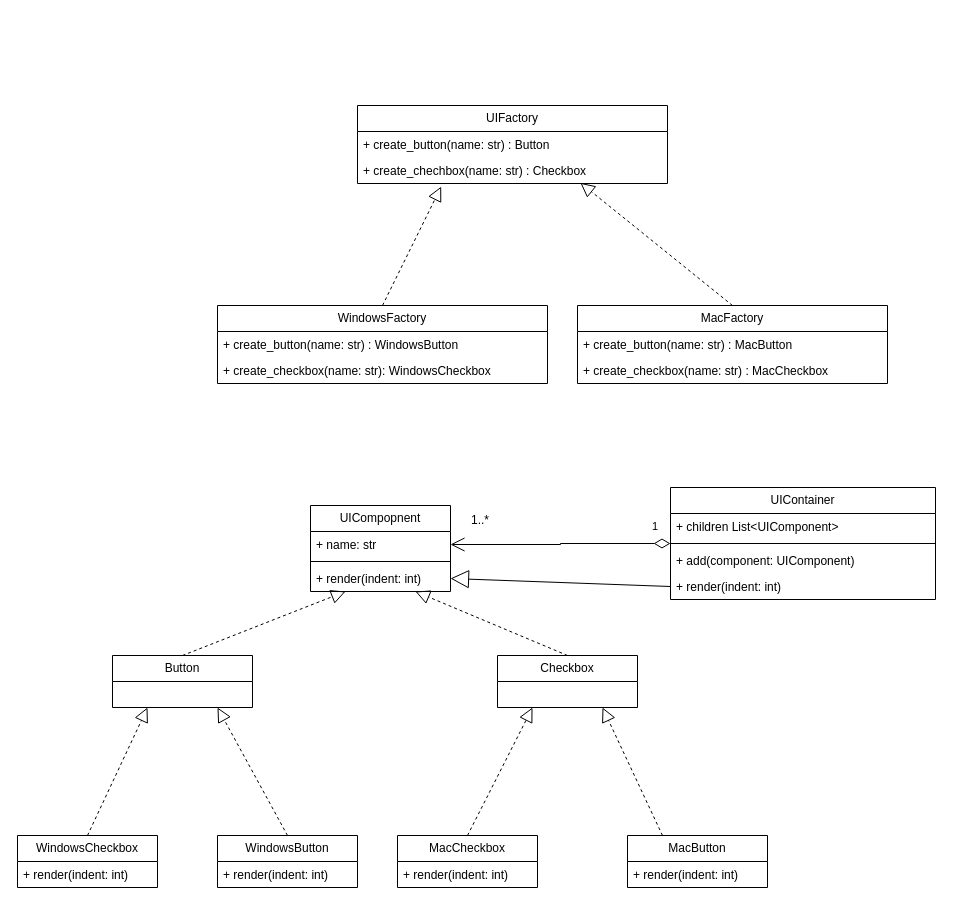
Before: SIT_uml.drawio in kapec2303/kartinka, a draw.io diagram. Source tidied: cells renumbered, new cells numbered last; positions are measured from the earlier drawing's top-left corner, leaving out a move shared by most shapes. Both pictures are drawn from the tidied source at 100%, with x=0, y=0 at pixel (17, 105).
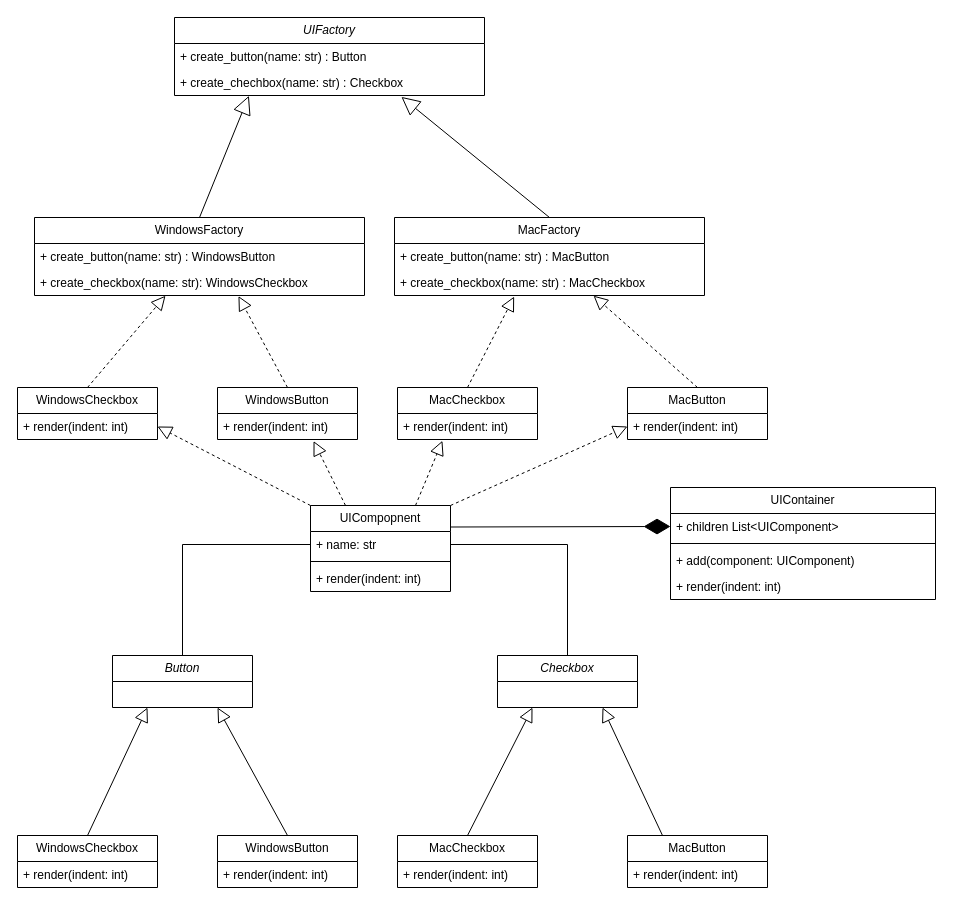
The same page after the edit.

The change refers to these unchanged cells:
```xml
<mxCell id="4" value="+ create_chechbox(name: str) : Checkbox" style="text;strokeColor=none;fillColor=none;align=left;verticalAlign=top;spacingLeft=4;spacingRight=4;overflow=hidden;points=[[0,0.5],[1,0.5]];portConstraint=eastwest;whiteSpace=wrap;html=1;" parent="2" vertex="1">
  <mxGeometry y="52" width="310" height="26" as="geometry" />
</mxCell>
<mxCell id="7" value="+ create_checkbox(name: str) : MacCheckbox" style="text;strokeColor=none;fillColor=none;align=left;verticalAlign=top;spacingLeft=4;spacingRight=4;overflow=hidden;points=[[0,0.5],[1,0.5]];portConstraint=eastwest;whiteSpace=wrap;html=1;" parent="5" vertex="1">
  <mxGeometry y="52" width="310" height="26" as="geometry" />
</mxCell>
<mxCell id="10" value="+ create_checkbox(name: str): WindowsCheckbox" style="text;strokeColor=none;fillColor=none;align=left;verticalAlign=top;spacingLeft=4;spacingRight=4;overflow=hidden;points=[[0,0.5],[1,0.5]];portConstraint=eastwest;whiteSpace=wrap;html=1;" parent="8" vertex="1">
  <mxGeometry y="52" width="330" height="26" as="geometry" />
</mxCell>
<mxCell id="11" value="UICompopnent" style="swimlane;fontStyle=0;horizontal=1;startSize=26;fillColor=none;whiteSpace=wrap;html=1;" parent="1" vertex="1">
  <mxGeometry x="293" y="400" width="140" height="86" as="geometry" />
</mxCell>
<mxCell id="12" value="+ name: str" style="text;strokeColor=none;fillColor=none;align=left;verticalAlign=top;spacingLeft=4;spacingRight=4;overflow=hidden;points=[[0,0.5],[1,0.5]];portConstraint=eastwest;whiteSpace=wrap;html=1;" parent="11" vertex="1">
  <mxGeometry y="26" width="140" height="26" as="geometry" />
</mxCell>
<mxCell id="14" value="+ render(indent: int)" style="text;strokeColor=none;fillColor=none;align=left;verticalAlign=top;spacingLeft=4;spacingRight=4;overflow=hidden;points=[[0,0.5],[1,0.5]];portConstraint=eastwest;whiteSpace=wrap;html=1;" parent="11" vertex="1">
  <mxGeometry y="60" width="140" height="26" as="geometry" />
</mxCell>
<mxCell id="15" value="UIContainer" style="swimlane;fontStyle=0;horizontal=1;startSize=26;fillColor=none;whiteSpace=wrap;html=1;" parent="1" vertex="1">
  <mxGeometry x="653" y="382" width="265" height="112" as="geometry" />
</mxCell>
<mxCell id="16" value="+ children List&amp;lt;UIComponent&amp;gt;" style="text;strokeColor=none;fillColor=none;align=left;verticalAlign=top;spacingLeft=4;spacingRight=4;overflow=hidden;points=[[0,0.5],[1,0.5]];portConstraint=eastwest;whiteSpace=wrap;html=1;" parent="15" vertex="1">
  <mxGeometry y="26" width="265" height="26" as="geometry" />
</mxCell>
<mxCell id="19" value="+ render(indent: int)" style="text;strokeColor=none;fillColor=none;align=left;verticalAlign=top;spacingLeft=4;spacingRight=4;overflow=hidden;points=[[0,0.5],[1,0.5]];portConstraint=eastwest;whiteSpace=wrap;html=1;" parent="15" vertex="1">
  <mxGeometry y="86" width="265" height="26" as="geometry" />
</mxCell>
<mxCell id="22" value="WindowsCheckbox" style="swimlane;fontStyle=0;horizontal=1;startSize=26;fillColor=none;whiteSpace=wrap;html=1;" parent="1" vertex="1">
  <mxGeometry y="730" width="140" height="52" as="geometry" />
</mxCell>
<mxCell id="24" value="WindowsButton" style="swimlane;fontStyle=0;horizontal=1;startSize=26;fillColor=none;whiteSpace=wrap;html=1;" parent="1" vertex="1">
  <mxGeometry x="200" y="730" width="140" height="52" as="geometry" />
</mxCell>
<mxCell id="26" value="MacCheckbox" style="swimlane;fontStyle=0;horizontal=1;startSize=26;fillColor=none;whiteSpace=wrap;html=1;" parent="1" vertex="1">
  <mxGeometry x="380" y="730" width="140" height="52" as="geometry" />
</mxCell>
<mxCell id="28" value="MacButton" style="swimlane;fontStyle=0;horizontal=1;startSize=26;fillColor=none;whiteSpace=wrap;html=1;" parent="1" vertex="1">
  <mxGeometry x="610" y="730" width="140" height="52" as="geometry" />
</mxCell>
```

The edit, as a diff of the source:
```diff
@@
-    <mxCell id="2" value="UIFactory" style="swimlane;fontStyle=0;horizontal=1;startSize=26;fillColor=none;whiteSpace=wrap;html=1;" parent="1" vertex="1">
-      <mxGeometry x="340" width="310" height="78" as="geometry" />
+    <mxCell id="2" value="&lt;i&gt;UIFactory&lt;/i&gt;" style="swimlane;fontStyle=0;horizontal=1;startSize=26;fillColor=none;whiteSpace=wrap;html=1;" parent="1" vertex="1">
+      <mxGeometry x="157" y="-88" width="310" height="78" as="geometry" />
     </mxCell>
@@
     <mxCell id="5" value="MacFactory" style="swimlane;fontStyle=0;horizontal=1;startSize=26;fillColor=none;whiteSpace=wrap;html=1;" parent="1" vertex="1">
-      <mxGeometry x="560" y="200" width="310" height="78" as="geometry" />
+      <mxGeometry x="377" y="112" width="310" height="78" as="geometry" />
     </mxCell>
@@
     <mxCell id="8" value="WindowsFactory" style="swimlane;fontStyle=0;horizontal=1;startSize=26;fillColor=none;whiteSpace=wrap;html=1;" parent="1" vertex="1">
-      <mxGeometry x="200" y="200" width="330" height="78" as="geometry" />
+      <mxGeometry x="17" y="112" width="330" height="78" as="geometry" />
     </mxCell>
@@
-    <mxCell id="20" value="Button" style="swimlane;fontStyle=0;horizontal=1;startSize=26;fillColor=none;whiteSpace=wrap;html=1;" parent="1" vertex="1">
+    <mxCell id="20" value="&lt;i&gt;Button&lt;/i&gt;" style="swimlane;fontStyle=0;horizontal=1;startSize=26;fillColor=none;whiteSpace=wrap;html=1;" parent="1" vertex="1">
       <mxGeometry x="95" y="550" width="140" height="52" as="geometry" />
     </mxCell>
-    <mxCell id="21" value="Checkbox" style="swimlane;fontStyle=0;horizontal=1;startSize=26;fillColor=none;whiteSpace=wrap;html=1;" parent="1" vertex="1">
+    <mxCell id="21" value="&lt;i&gt;Checkbox&lt;/i&gt;" style="swimlane;fontStyle=0;horizontal=1;startSize=26;fillColor=none;whiteSpace=wrap;html=1;" parent="1" vertex="1">
       <mxGeometry x="480" y="550" width="140" height="52" as="geometry" />
     </mxCell>
@@
-    <mxCell id="30" style="endArrow=block;dashed=1;endFill=0;endSize=12;html=1;rounded=0;entryX=0.27;entryY=1.119;entryDx=0;entryDy=0;entryPerimeter=0;exitX=0.5;exitY=0;exitDx=0;exitDy=0;" parent="1" edge="1" source="8" target="4">
-      <mxGeometry relative="1" as="geometry" />
-    </mxCell>
-    <mxCell id="31" style="endArrow=block;dashed=1;endFill=0;endSize=12;html=1;rounded=0;entryX=0.719;entryY=0.973;entryDx=0;entryDy=0;entryPerimeter=0;exitX=0.5;exitY=0;exitDx=0;exitDy=0;" parent="1" edge="1" source="5" target="4">
-      <mxGeometry relative="1" as="geometry" />
-    </mxCell>
-    <mxCell id="32" style="endArrow=block;dashed=1;endFill=0;endSize=12;html=1;rounded=0;exitX=0.5;exitY=0;exitDx=0;exitDy=0;entryX=0.25;entryY=1;entryDx=0;entryDy=0;" parent="1" edge="1" source="22" target="20">
+    <mxCell id="32" style="endArrow=block;endFill=0;endSize=12;html=1;rounded=0;exitX=0.5;exitY=0;exitDx=0;exitDy=0;entryX=0.25;entryY=1;entryDx=0;entryDy=0;" parent="1" edge="1" source="22" target="20">
       <mxGeometry relative="1" as="geometry" />
     </mxCell>
-    <mxCell id="33" style="endArrow=block;dashed=1;endFill=0;endSize=12;html=1;rounded=0;entryX=0.75;entryY=1;entryDx=0;entryDy=0;exitX=0.5;exitY=0;exitDx=0;exitDy=0;" parent="1" edge="1" source="24" target="20">
+    <mxCell id="33" style="endArrow=block;endFill=0;endSize=12;html=1;rounded=0;entryX=0.75;entryY=1;entryDx=0;entryDy=0;exitX=0.5;exitY=0;exitDx=0;exitDy=0;" parent="1" edge="1" source="24" target="20">
       <mxGeometry relative="1" as="geometry" />
     </mxCell>
-    <mxCell id="34" style="endArrow=block;dashed=1;endFill=0;endSize=12;html=1;rounded=0;exitX=0.5;exitY=0;exitDx=0;exitDy=0;entryX=0.25;entryY=1;entryDx=0;entryDy=0;" parent="1" edge="1" source="26" target="21">
+    <mxCell id="34" style="endArrow=block;endFill=0;endSize=12;html=1;rounded=0;exitX=0.5;exitY=0;exitDx=0;exitDy=0;entryX=0.25;entryY=1;entryDx=0;entryDy=0;" parent="1" edge="1" source="26" target="21">
       <mxGeometry relative="1" as="geometry" />
     </mxCell>
-    <mxCell id="35" style="endArrow=block;dashed=1;endFill=0;endSize=12;html=1;rounded=0;exitX=0.25;exitY=0;exitDx=0;exitDy=0;entryX=0.75;entryY=1;entryDx=0;entryDy=0;" parent="1" edge="1" source="28" target="21">
+    <mxCell id="35" style="endArrow=block;endFill=0;endSize=12;html=1;rounded=0;exitX=0.25;exitY=0;exitDx=0;exitDy=0;entryX=0.75;entryY=1;entryDx=0;entryDy=0;" parent="1" edge="1" source="28" target="21">
       <mxGeometry relative="1" as="geometry" />
     </mxCell>
-    <mxCell id="36" style="endArrow=block;dashed=1;endFill=0;endSize=12;html=1;rounded=0;exitX=0.5;exitY=0;exitDx=0;exitDy=0;entryX=0.25;entryY=1;entryDx=0;entryDy=0;" parent="1" edge="1" source="20" target="11">
-      <mxGeometry relative="1" as="geometry" />
-    </mxCell>
-    <mxCell id="37" style="endArrow=block;dashed=1;endFill=0;endSize=12;html=1;rounded=0;exitX=0.5;exitY=0;exitDx=0;exitDy=0;entryX=0.75;entryY=1;entryDx=0;entryDy=0;" parent="1" edge="1" source="21" target="11">
-      <mxGeometry relative="1" as="geometry" />
-    </mxCell>
-    <mxCell id="38" value="1" style="endArrow=open;html=1;endSize=12;startArrow=diamondThin;startSize=14;startFill=0;edgeStyle=orthogonalEdgeStyle;align=left;verticalAlign=bottom;rounded=0;entryX=1;entryY=0.5;entryDx=0;entryDy=0;exitX=0;exitY=0.5;exitDx=0;exitDy=0;" parent="1" edge="1" source="15" target="12">
-      <mxGeometry x="-0.82" y="-8" relative="1" as="geometry" />
-    </mxCell>
-    <mxCell id="39" value="1..*" style="text;html=1;whiteSpace=wrap;strokeColor=none;fillColor=none;align=center;verticalAlign=middle;rounded=0;" parent="1" vertex="1">
-      <mxGeometry x="433" y="400" width="60" height="30" as="geometry" />
-    </mxCell>
-    <mxCell id="40" style="endArrow=block;endSize=16;endFill=0;html=1;rounded=0;entryX=1;entryY=0.5;entryDx=0;entryDy=0;exitX=0;exitY=0.5;exitDx=0;exitDy=0;" parent="1" edge="1" source="19" target="14">
-      <mxGeometry relative="1" as="geometry" />
-    </mxCell>
+    <mxCell id="41" style="edgeStyle=orthogonalEdgeStyle;rounded=0;jettySize=auto;html=1;exitX=0;exitY=0.5;exitDx=0;exitDy=0;entryX=0.5;entryY=0;entryDx=0;entryDy=0;endArrow=none;endFill=0;" parent="1" edge="1" source="12" target="20">
+      <mxGeometry relative="1" as="geometry" />
+    </mxCell>
+    <mxCell id="42" style="edgeStyle=orthogonalEdgeStyle;rounded=0;jettySize=auto;html=1;exitX=1;exitY=0.5;exitDx=0;exitDy=0;endArrow=none;endFill=0;" parent="1" edge="1" source="12" target="21">
+      <mxGeometry relative="1" as="geometry" />
+    </mxCell>
+    <mxCell id="43" style="endArrow=diamondThin;endFill=1;endSize=24;html=1;rounded=0;exitX=1;exitY=0.25;exitDx=0;exitDy=0;entryX=0;entryY=0.5;entryDx=0;entryDy=0;" parent="1" edge="1" source="11" target="16">
+      <mxGeometry relative="1" as="geometry" />
+    </mxCell>
+    <mxCell id="30" style="endArrow=block;endSize=16;endFill=0;html=1;rounded=0;entryX=0.24;entryY=1.012;entryDx=0;entryDy=0;entryPerimeter=0;exitX=0.5;exitY=0;exitDx=0;exitDy=0;" parent="1" edge="1" source="8" target="4">
+      <mxGeometry relative="1" as="geometry" />
+    </mxCell>
+    <mxCell id="31" style="endArrow=block;endSize=16;endFill=0;html=1;rounded=0;entryX=0.732;entryY=1.053;entryDx=0;entryDy=0;entryPerimeter=0;exitX=0.5;exitY=0;exitDx=0;exitDy=0;" parent="1" edge="1" source="5" target="4">
+      <mxGeometry relative="1" as="geometry" />
+    </mxCell>
+    <mxCell id="44" value="WindowsCheckbox" style="swimlane;fontStyle=0;horizontal=1;startSize=26;fillColor=none;whiteSpace=wrap;html=1;" parent="1" vertex="1">
+      <mxGeometry y="282" width="140" height="52" as="geometry" />
+    </mxCell>
+    <mxCell id="45" value="+ render(indent: int)" style="text;strokeColor=none;fillColor=none;align=left;verticalAlign=top;spacingLeft=4;spacingRight=4;overflow=hidden;points=[[0,0.5],[1,0.5]];portConstraint=eastwest;whiteSpace=wrap;html=1;" parent="44" vertex="1">
+      <mxGeometry y="26" width="140" height="26" as="geometry" />
+    </mxCell>
+    <mxCell id="46" value="WindowsButton" style="swimlane;fontStyle=0;horizontal=1;startSize=26;fillColor=none;whiteSpace=wrap;html=1;" parent="1" vertex="1">
+      <mxGeometry x="200" y="282" width="140" height="52" as="geometry" />
+    </mxCell>
+    <mxCell id="47" value="+ render(indent: int)" style="text;strokeColor=none;fillColor=none;align=left;verticalAlign=top;spacingLeft=4;spacingRight=4;overflow=hidden;points=[[0,0.5],[1,0.5]];portConstraint=eastwest;whiteSpace=wrap;html=1;" parent="46" vertex="1">
+      <mxGeometry y="26" width="140" height="26" as="geometry" />
+    </mxCell>
+    <mxCell id="48" value="MacCheckbox" style="swimlane;fontStyle=0;horizontal=1;startSize=26;fillColor=none;whiteSpace=wrap;html=1;" parent="1" vertex="1">
+      <mxGeometry x="380" y="282" width="140" height="52" as="geometry" />
+    </mxCell>
+    <mxCell id="49" value="+ render(indent: int)" style="text;strokeColor=none;fillColor=none;align=left;verticalAlign=top;spacingLeft=4;spacingRight=4;overflow=hidden;points=[[0,0.5],[1,0.5]];portConstraint=eastwest;whiteSpace=wrap;html=1;" parent="48" vertex="1">
+      <mxGeometry y="26" width="140" height="26" as="geometry" />
+    </mxCell>
+    <mxCell id="50" value="MacButton" style="swimlane;fontStyle=0;horizontal=1;startSize=26;fillColor=none;whiteSpace=wrap;html=1;" parent="1" vertex="1">
+      <mxGeometry x="610" y="282" width="140" height="52" as="geometry" />
+    </mxCell>
+    <mxCell id="51" value="+ render(indent: int)" style="text;strokeColor=none;fillColor=none;align=left;verticalAlign=top;spacingLeft=4;spacingRight=4;overflow=hidden;points=[[0,0.5],[1,0.5]];portConstraint=eastwest;whiteSpace=wrap;html=1;" parent="50" vertex="1">
+      <mxGeometry y="26" width="140" height="26" as="geometry" />
+    </mxCell>
+    <mxCell id="52" style="endArrow=block;dashed=1;endFill=0;endSize=12;html=1;rounded=0;entryX=0.397;entryY=1.008;entryDx=0;entryDy=0;entryPerimeter=0;exitX=0.5;exitY=0;exitDx=0;exitDy=0;" parent="1" edge="1" source="44" target="10">
+      <mxGeometry relative="1" as="geometry" />
+    </mxCell>
+    <mxCell id="53" style="endArrow=block;dashed=1;endFill=0;endSize=12;html=1;rounded=0;entryX=0.618;entryY=1.021;entryDx=0;entryDy=0;entryPerimeter=0;exitX=0.5;exitY=0;exitDx=0;exitDy=0;" parent="1" edge="1" source="46" target="10">
+      <mxGeometry relative="1" as="geometry" />
+    </mxCell>
+    <mxCell id="54" style="endArrow=block;dashed=1;endFill=0;endSize=12;html=1;rounded=0;entryX=0.642;entryY=1.006;entryDx=0;entryDy=0;entryPerimeter=0;exitX=0.5;exitY=0;exitDx=0;exitDy=0;" parent="1" edge="1" source="50" target="7">
+      <mxGeometry relative="1" as="geometry" />
+    </mxCell>
+    <mxCell id="55" style="endArrow=block;dashed=1;endFill=0;endSize=12;html=1;rounded=0;entryX=0.386;entryY=1.041;entryDx=0;entryDy=0;entryPerimeter=0;exitX=0.5;exitY=0;exitDx=0;exitDy=0;" parent="1" edge="1" source="48" target="7">
+      <mxGeometry relative="1" as="geometry" />
+    </mxCell>
+    <mxCell id="56" style="endArrow=block;dashed=1;endFill=0;endSize=12;html=1;rounded=0;entryX=1;entryY=0.5;entryDx=0;entryDy=0;exitX=0;exitY=0;exitDx=0;exitDy=0;" parent="1" edge="1" source="11" target="45">
+      <mxGeometry relative="1" as="geometry" />
+    </mxCell>
+    <mxCell id="57" style="endArrow=block;dashed=1;endFill=0;endSize=12;html=1;rounded=0;entryX=0;entryY=0.5;entryDx=0;entryDy=0;exitX=1;exitY=0;exitDx=0;exitDy=0;" parent="1" edge="1" source="11" target="51">
+      <mxGeometry relative="1" as="geometry" />
+    </mxCell>
+    <mxCell id="58" style="endArrow=block;dashed=1;endFill=0;endSize=12;html=1;rounded=0;entryX=0.321;entryY=1.047;entryDx=0;entryDy=0;exitX=0.75;exitY=0;exitDx=0;exitDy=0;entryPerimeter=0;" parent="1" edge="1" source="11" target="49">
+      <mxGeometry relative="1" as="geometry" />
+    </mxCell>
+    <mxCell id="59" style="endArrow=block;dashed=1;endFill=0;endSize=12;html=1;rounded=0;entryX=0.686;entryY=1.059;entryDx=0;entryDy=0;exitX=0.25;exitY=0;exitDx=0;exitDy=0;entryPerimeter=0;" parent="1" edge="1" source="11" target="47">
+      <mxGeometry relative="1" as="geometry" />
+    </mxCell>
```
